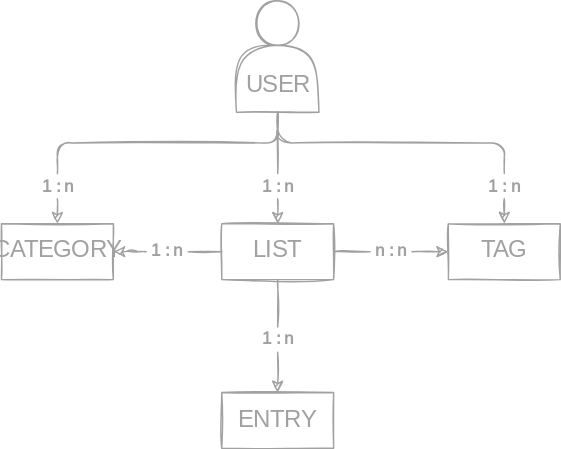
Earlier version of the draw.io export entity-relationship.drawio.svg (miaslls/MiaList-NestJS-Prisma-PostgreSQL). Source tidied: cells renumbered, new cells last; positions are measured from the earlier drawing's top-left corner, leaving out a move shared by most shapes.
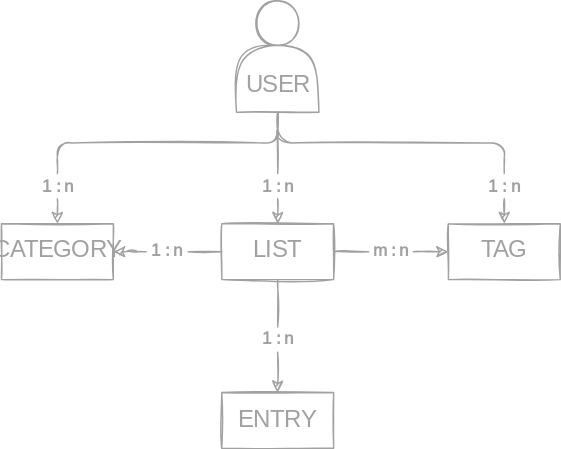
Later version of the same file.

Commit message:
fix(db): entity relationships

What changed in the source:
```diff
@@ -53,8 +53,8 @@
     <mxCell id="18" style="edgeStyle=orthogonalEdgeStyle;html=1;exitX=0;exitY=0.5;exitDx=0;exitDy=0;fontFamily=Roboto;fontSource=https%3A%2F%2Ffonts.googleapis.com%2Fcss%3Ffamily%3DRoboto;fontSize=10;fontColor=default;endArrow=none;strokeColor=#A1A1A1;sketch=1;" parent="1" edge="1" source="5" target="17">
       <mxGeometry relative="1" as="geometry" />
     </mxCell>
-    <mxCell id="19" value="n : n" style="text;html=1;align=center;verticalAlign=middle;points=[];fillColor=none;strokeColor=none;rounded=0;fontFamily=Annie Use Your Telescope;fontSource=https%3A%2F%2Ffonts.googleapis.com%2Fcss%3Ffamily%3DAnnie%2BUse%2BYour%2BTelescope;fontSize=12;fontColor=#A1A1A1;labelBackgroundColor=none;shadow=1;glass=0;sketch=1;fontStyle=1;" parent="1" vertex="1">
-      <mxGeometry x="264" y="170.4" width="30" height="18" as="geometry" />
+    <mxCell id="19" value="m : n" style="text;html=1;align=center;verticalAlign=middle;points=[];fillColor=none;strokeColor=none;rounded=0;fontFamily=Annie Use Your Telescope;fontSource=https%3A%2F%2Ffonts.googleapis.com%2Fcss%3Ffamily%3DAnnie%2BUse%2BYour%2BTelescope;fontSize=12;fontColor=#A1A1A1;labelBackgroundColor=none;shadow=1;glass=0;sketch=1;fontStyle=1;" parent="1" vertex="1">
+      <mxGeometry x="263" y="170.4" width="32" height="18" as="geometry" />
     </mxCell>
     <mxCell id="20" style="edgeStyle=orthogonalEdgeStyle;html=1;exitX=1;exitY=0.5;exitDx=0;exitDy=0;entryX=0;entryY=0.5;entryDx=0;entryDy=0;fontFamily=Roboto;fontSource=https%3A%2F%2Ffonts.googleapis.com%2Fcss%3Ffamily%3DRoboto;fontSize=10;fontColor=default;endArrow=none;strokeColor=#A1A1A1;sketch=1;" parent="1" edge="1" source="5" target="19">
       <mxGeometry relative="1" as="geometry" />
```
